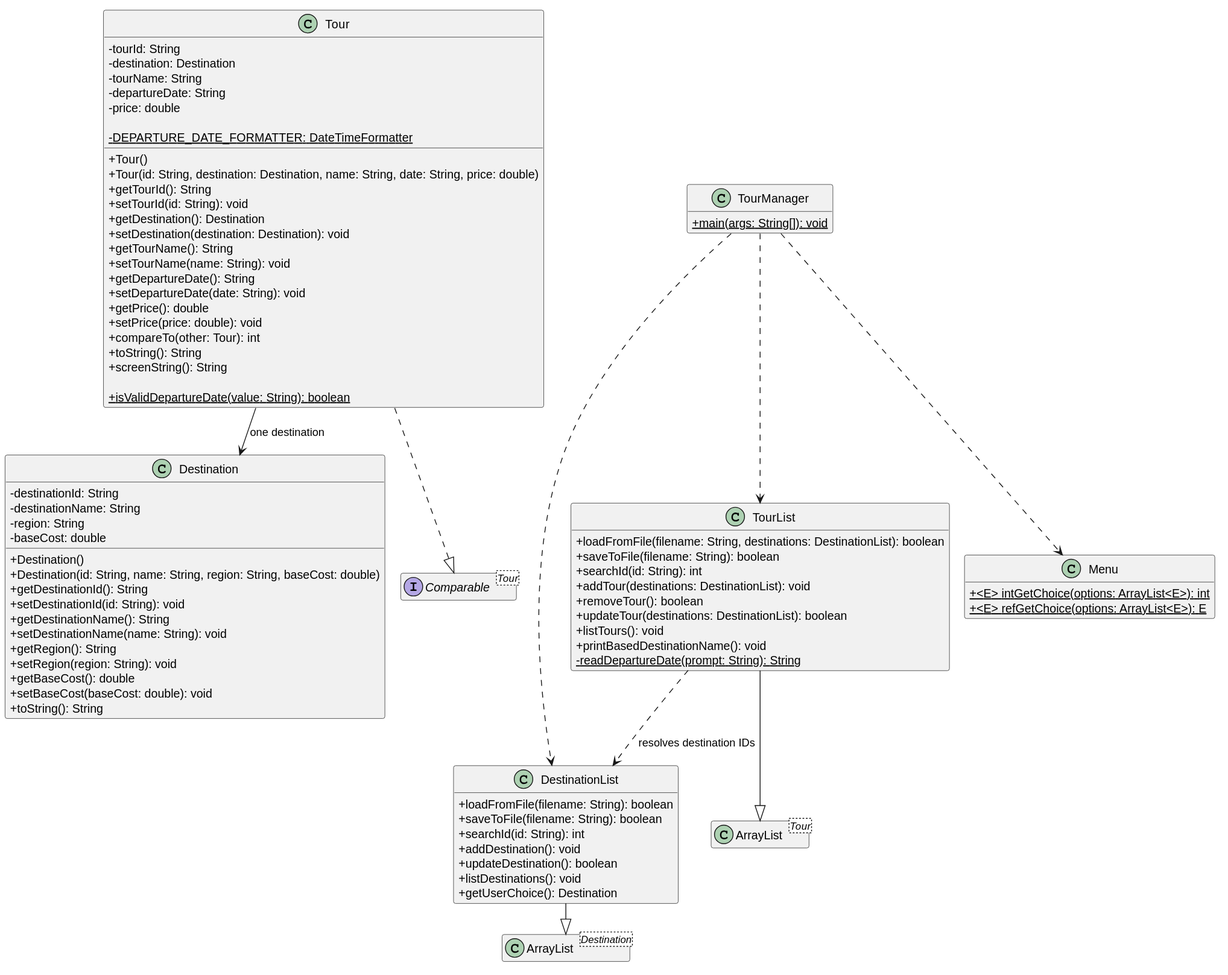
Before: docs/design/uml-class-diagram.svg, a diagram exported from PlantUML (minhthinh14012005-hue/tourprj-nhom-3). Its diagram source:
```plantuml
@startuml
!pragma layout smetana
hide empty members
skinparam classAttributeIconSize 0

class Destination {
  - destinationId: String
  - destinationName: String
  - region: String
  - baseCost: double
  + Destination()
  + Destination(id: String, name: String, region: String, baseCost: double)
  + getDestinationId(): String
  + setDestinationId(id: String): void
  + getDestinationName(): String
  + setDestinationName(name: String): void
  + getRegion(): String
  + setRegion(region: String): void
  + getBaseCost(): double
  + setBaseCost(baseCost: double): void
  + toString(): String
}

class Tour {
  - tourId: String
  - destination: Destination
  - tourName: String
  - departureDate: String
  - price: double

  - {static} DEPARTURE_DATE_FORMATTER: DateTimeFormatter

  + Tour()
  + Tour(id: String, destination: Destination, name: String, date: String, price: double)
  + getTourId(): String
  + setTourId(id: String): void
  + getDestination(): Destination
  + setDestination(destination: Destination): void
  + getTourName(): String
  + setTourName(name: String): void
  + getDepartureDate(): String
  + setDepartureDate(date: String): void
  + getPrice(): double
  + setPrice(price: double): void
  + compareTo(other: Tour): int
  + toString(): String
  + screenString(): String

  + {static} isValidDepartureDate(value: String): boolean
}

class DestinationList {
  + loadFromFile(filename: String): boolean
  + saveToFile(filename: String): boolean
  + searchId(id: String): int
  + addDestination(): void
  + updateDestination(): boolean
  + listDestinations(): void
  + getUserChoice(): Destination
}

class TourList {
  + loadFromFile(filename: String, destinations: DestinationList): boolean
  + saveToFile(filename: String): boolean
  + searchId(id: String): int
  + addTour(destinations: DestinationList): void
  + removeTour(): boolean
  + updateTour(destinations: DestinationList): boolean
  + listTours(): void
  + printBasedDestinationName(): void
  - {static} readDepartureDate(prompt: String): String
}

class Menu {
  + {static} <E> intGetChoice(options: ArrayList<E>): int
  + {static} <E> refGetChoice(options: ArrayList<E>): E
}

class TourManager {
  + {static} main(args: String[]): void
}

class "ArrayList<Destination>" as DestinationArrayList
class "ArrayList<Tour>" as TourArrayList
interface "Comparable<Tour>" as TourComparable

Tour --> Destination : one destination
DestinationList --|> DestinationArrayList
TourList --|> TourArrayList
Tour ..|> TourComparable
TourManager ..> Menu
TourManager ..> DestinationList
TourManager ..> TourList
TourList ..> DestinationList : resolves destination IDs
@enduml
```
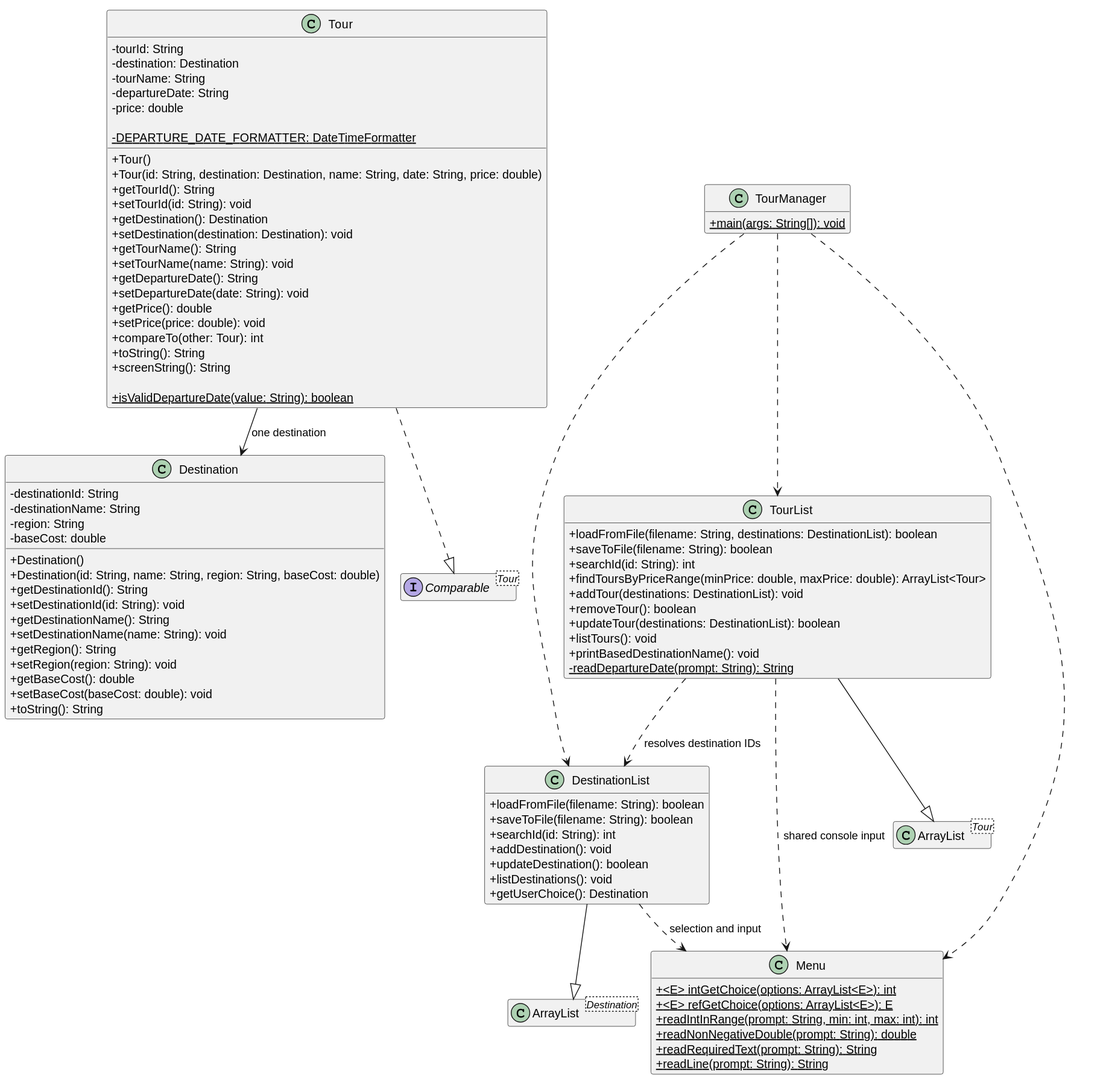
Later version of the same file.

Commit message:
fix: share Menu input and verify departure date integration

Diff of the diagram source:
```diff
@@ -63,6 +63,7 @@
   + loadFromFile(filename: String, destinations: DestinationList): boolean
   + saveToFile(filename: String): boolean
   + searchId(id: String): int
+  + findToursByPriceRange(minPrice: double, maxPrice: double): ArrayList<Tour>
   + addTour(destinations: DestinationList): void
   + removeTour(): boolean
   + updateTour(destinations: DestinationList): boolean
@@ -74,6 +75,10 @@
 class Menu {
   + {static} <E> intGetChoice(options: ArrayList<E>): int
   + {static} <E> refGetChoice(options: ArrayList<E>): E
+  + {static} readIntInRange(prompt: String, min: int, max: int): int
+  + {static} readNonNegativeDouble(prompt: String): double
+  + {static} readRequiredText(prompt: String): String
+  + {static} readLine(prompt: String): String
 }
 
 class TourManager {
@@ -92,4 +97,6 @@
 TourManager ..> DestinationList
 TourManager ..> TourList
 TourList ..> DestinationList : resolves destination IDs
+TourList ..> Menu : shared console input
+DestinationList ..> Menu : selection and input
 @enduml
```
